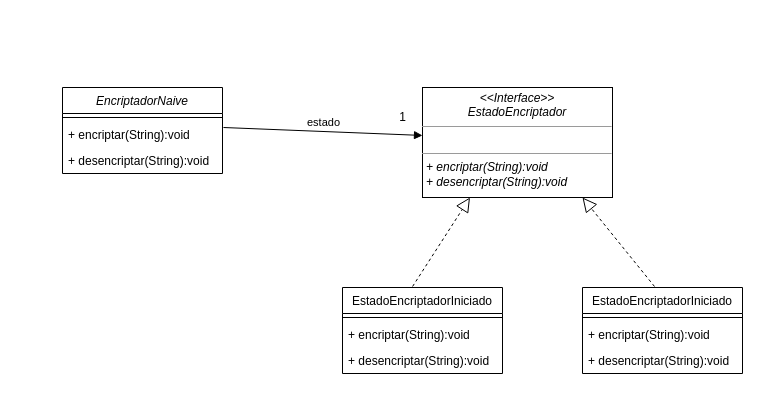
Before: unq-po2-strategy-Encriptacion.drawio in nhubczyk/Diagramas-UML, a draw.io diagram. Source tidied: cells renumbered, new cells numbered last; positions are measured from the earlier drawing's top-left corner, leaving out a move shared by most shapes. Both pictures are drawn from the tidied source at 100%, with x=0, y=0 at pixel (62, 87).
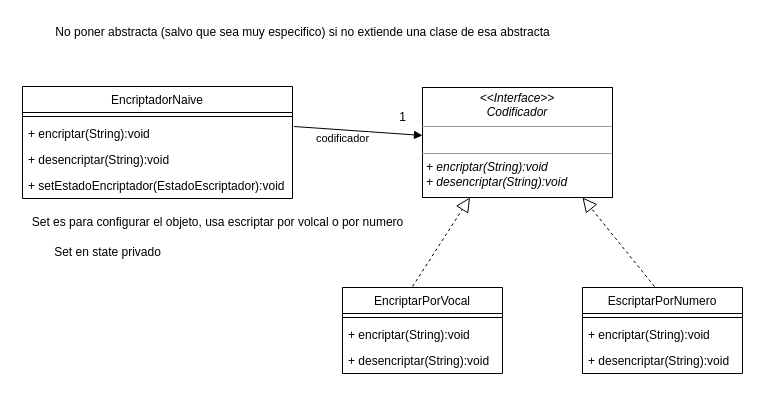
The same page after the edit.

The edit, as a diff of the source:
```diff
@@
-    <mxCell id="2" value="&lt;p style=&quot;margin:0px;margin-top:4px;text-align:center;&quot;&gt;&lt;i&gt;&amp;lt;&amp;lt;Interface&amp;gt;&amp;gt;&lt;br&gt;EstadoEncriptador&lt;/i&gt;&lt;/p&gt;&lt;hr size=&quot;1&quot;&gt;&lt;p style=&quot;margin:0px;margin-left:4px;&quot;&gt;&lt;i&gt;&lt;br&gt;&lt;/i&gt;&lt;/p&gt;&lt;hr size=&quot;1&quot;&gt;&lt;p style=&quot;margin:0px;margin-left:4px;&quot;&gt;&lt;i&gt;+ encriptar(String):void&lt;/i&gt;&lt;/p&gt;&lt;p style=&quot;margin:0px;margin-left:4px;&quot;&gt;&lt;i&gt;+ desencriptar(String):void&lt;/i&gt;&lt;/p&gt;" style="verticalAlign=top;align=left;overflow=fill;fontSize=12;fontFamily=Helvetica;html=1;" parent="1" vertex="1">
+    <mxCell id="2" value="&lt;p style=&quot;margin:0px;margin-top:4px;text-align:center;&quot;&gt;&lt;i&gt;&amp;lt;&amp;lt;Interface&amp;gt;&amp;gt;&lt;br&gt;Codificador&lt;/i&gt;&lt;/p&gt;&lt;hr size=&quot;1&quot;&gt;&lt;p style=&quot;margin:0px;margin-left:4px;&quot;&gt;&lt;i&gt;&lt;br&gt;&lt;/i&gt;&lt;/p&gt;&lt;hr size=&quot;1&quot;&gt;&lt;p style=&quot;margin:0px;margin-left:4px;&quot;&gt;&lt;i&gt;+ encriptar(String):void&lt;/i&gt;&lt;/p&gt;&lt;p style=&quot;margin:0px;margin-left:4px;&quot;&gt;&lt;i&gt;+ desencriptar(String):void&lt;/i&gt;&lt;/p&gt;" style="verticalAlign=top;align=left;overflow=fill;fontSize=12;fontFamily=Helvetica;html=1;" parent="1" vertex="1">
       <mxGeometry x="360" width="190" height="110" as="geometry" />
     </mxCell>
-    <mxCell id="3" value="EncriptadorNaive" style="swimlane;fontStyle=2;align=center;verticalAlign=top;horizontal=1;startSize=26;" parent="1" vertex="1">
-      <mxGeometry width="160" height="86" as="geometry" />
+    <mxCell id="3" value="EncriptadorNaive" style="swimlane;fontStyle=0;align=center;verticalAlign=top;horizontal=1;startSize=26;" parent="1" vertex="1">
+      <mxGeometry x="-40" y="-1" width="270" height="112" as="geometry" />
     </mxCell>
     <mxCell id="4" style="line;strokeWidth=1;fillColor=none;align=left;verticalAlign=middle;spacingTop=-1;spacingLeft=3;spacingRight=3;labelPosition=right;strokeColor=inherit;" parent="3" vertex="1">
-      <mxGeometry y="26" width="160" height="8" as="geometry" />
+      <mxGeometry y="26" width="270" height="8" as="geometry" />
     </mxCell>
     <mxCell id="5" value="+ encriptar(String):void" style="text;strokeColor=none;fillColor=none;align=left;verticalAlign=top;spacingLeft=4;spacingRight=4;overflow=hidden;points=[[0,0.5],[1,0.5]];portConstraint=eastwest;" parent="3" vertex="1">
-      <mxGeometry y="34" width="160" height="26" as="geometry" />
+      <mxGeometry y="34" width="270" height="26" as="geometry" />
     </mxCell>
     <mxCell id="6" value="+ desencriptar(String):void" style="text;strokeColor=none;fillColor=none;align=left;verticalAlign=top;spacingLeft=4;spacingRight=4;overflow=hidden;" parent="3" vertex="1">
-      <mxGeometry y="60" width="160" height="26" as="geometry" />
+      <mxGeometry y="60" width="270" height="26" as="geometry" />
     </mxCell>
+    <mxCell id="19" value="+ setEstadoEncriptador(EstadoEscriptador):void" style="text;strokeColor=none;fillColor=none;align=left;verticalAlign=top;spacingLeft=4;spacingRight=4;overflow=hidden;" parent="3" vertex="1">
+      <mxGeometry y="86" width="270" height="26" as="geometry" />
+    </mxCell>
-    <mxCell id="7" value="estado" style="html=1;verticalAlign=bottom;endArrow=block;rounded=0;exitX=1.006;exitY=0.231;exitDx=0;exitDy=0;exitPerimeter=0;entryX=0;entryY=0.436;entryDx=0;entryDy=0;entryPerimeter=0;" parent="1" edge="1" source="5" target="2">
-      <mxGeometry relative="1" as="geometry" />
+    <mxCell id="7" value="codificador" style="html=1;verticalAlign=bottom;endArrow=block;rounded=0;exitX=1.006;exitY=0.231;exitDx=0;exitDy=0;exitPerimeter=0;entryX=0;entryY=0.436;entryDx=0;entryDy=0;entryPerimeter=0;" parent="1" edge="1" source="5" target="2">
+      <mxGeometry x="-0.23" y="-18" relative="1" as="geometry" />
     </mxCell>
@@
-    <mxCell id="9" value="EstadoEncriptadorIniciado" style="swimlane;fontStyle=0;align=center;verticalAlign=top;horizontal=1;startSize=26;" parent="1" vertex="1">
+    <mxCell id="9" value="EncriptarPorVocal" style="swimlane;fontStyle=0;align=center;verticalAlign=top;horizontal=1;startSize=26;" parent="1" vertex="1">
       <mxGeometry x="280" y="200" width="160" height="86" as="geometry" />
     </mxCell>
@@
-    <mxCell id="13" value="EstadoEncriptadorIniciado" style="swimlane;fontStyle=0;align=center;verticalAlign=top;horizontal=1;startSize=26;" parent="1" vertex="1">
+    <mxCell id="13" value="EscriptarPorNumero" style="swimlane;fontStyle=0;align=center;verticalAlign=top;horizontal=1;startSize=26;" parent="1" vertex="1">
       <mxGeometry x="520" y="200" width="160" height="86" as="geometry" />
     </mxCell>
@@
+    <mxCell id="20" value="No poner abstracta (salvo que sea muy especifico) si no extiende una clase de esa abstracta" style="text;html=1;align=center;verticalAlign=middle;strokeColor=none;fillColor=none;" parent="1" vertex="1">
+      <mxGeometry x="-20" y="-70" width="520" height="30" as="geometry" />
+    </mxCell>
+    <mxCell id="21" value="Set es para configurar el objeto, usa escriptar por volcal o por numero" style="text;html=1;align=center;verticalAlign=middle;strokeColor=none;fillColor=none;" parent="1" vertex="1">
+      <mxGeometry x="-45" y="120" width="400" height="30" as="geometry" />
+    </mxCell>
+    <mxCell id="22" value="Set en state privado" style="text;html=1;align=center;verticalAlign=middle;strokeColor=none;fillColor=none;" parent="1" vertex="1">
+      <mxGeometry x="-20" y="150" width="130" height="30" as="geometry" />
+    </mxCell>
```
